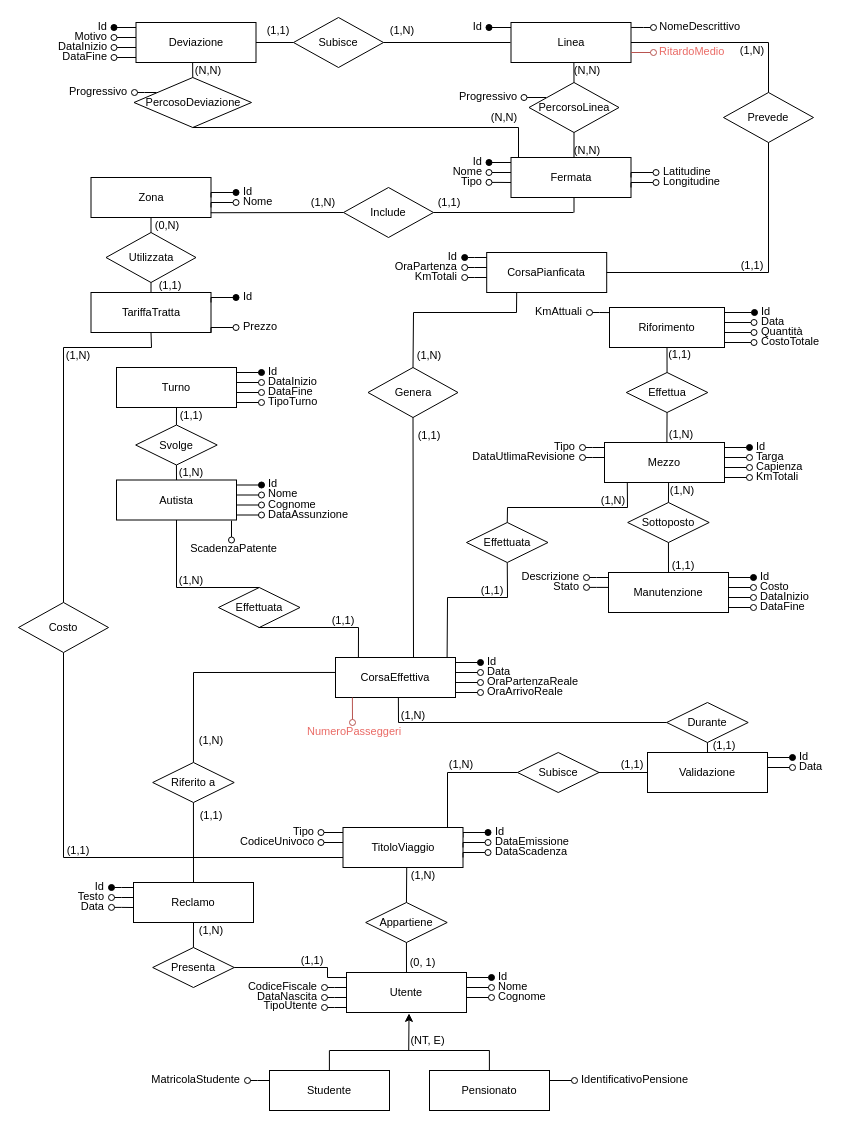
Above: 2102 basi-di-dati/progetto/Schemi.drawio in AndreaGirlando/Uni (draw.io), before the change. Source tidied: cells renumbered, new cells numbered last; positions are measured from the earlier drawing's top-left corner, leaving out a move shared by most shapes. Both pictures are drawn from the tidied source at 100%, with x=0, y=0 at pixel (17, 17).
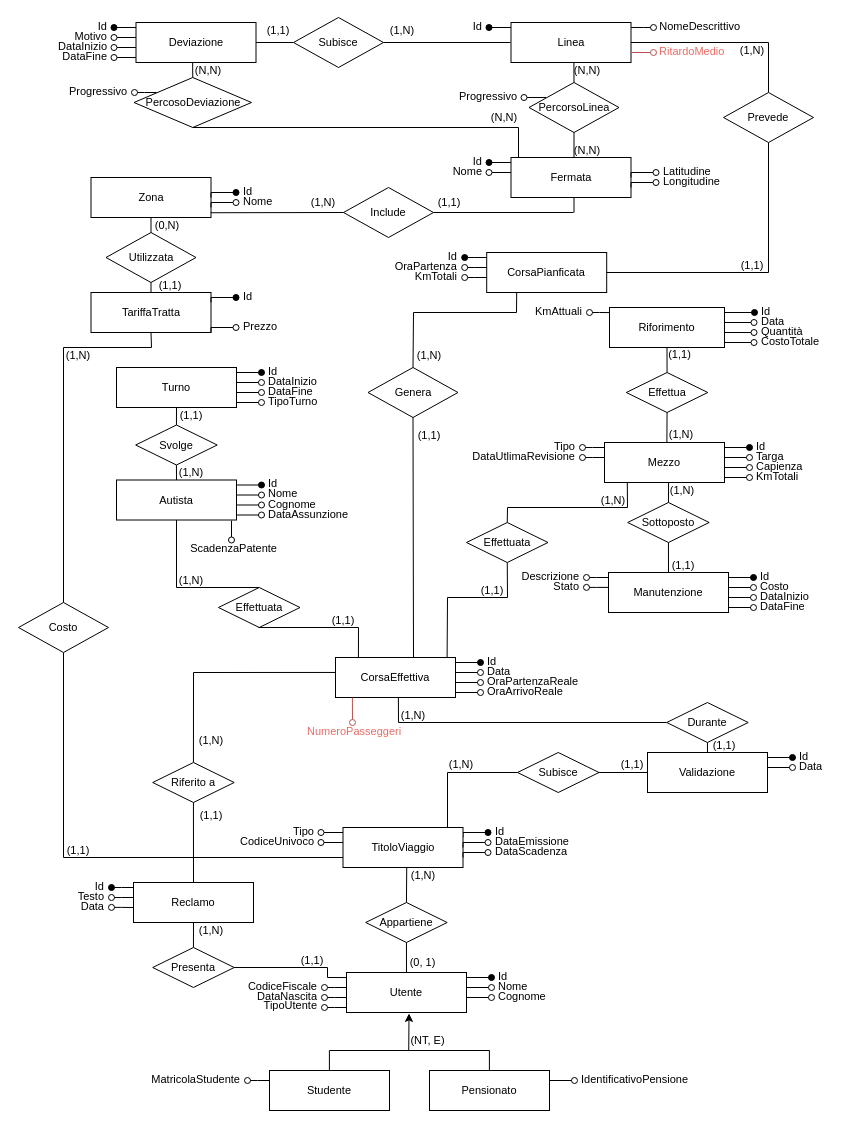
Above is the later version.

The change refers to these unchanged cells:
```xml
<mxCell id="195" style="group;fontSize=11;" parent="194" vertex="1">
  <mxGeometry width="172" height="40" as="geometry" />
</mxCell>
```

Change to the diagram source:
```diff
@@
-    <mxCell id="202" style="edgeStyle=orthogonalEdgeStyle;rounded=0;orthogonalLoop=1;jettySize=auto;html=1;startArrow=oval;startFill=0;endArrow=none;endFill=0;align=left;fontSize=11;" parent="195" edge="1">
-      <mxGeometry relative="1" as="geometry">
-        <mxPoint x="30" y="24.9" as="sourcePoint" />
-        <mxPoint x="52" y="25" as="targetPoint" />
-        <Array as="points">
-          <mxPoint x="40" y="24.9" />
-          <mxPoint x="40" y="24.9" />
-        </Array>
-      </mxGeometry>
-    </mxCell>
-    <mxCell id="203" value="&lt;font&gt;Tipo&lt;/font&gt;" style="text;html=1;align=right;verticalAlign=middle;whiteSpace=wrap;rounded=0;spacingLeft=5;spacingBottom=3;fontSize=11;" parent="195" vertex="1">
-      <mxGeometry y="20" width="25" height="10" as="geometry" />
-    </mxCell>
```
